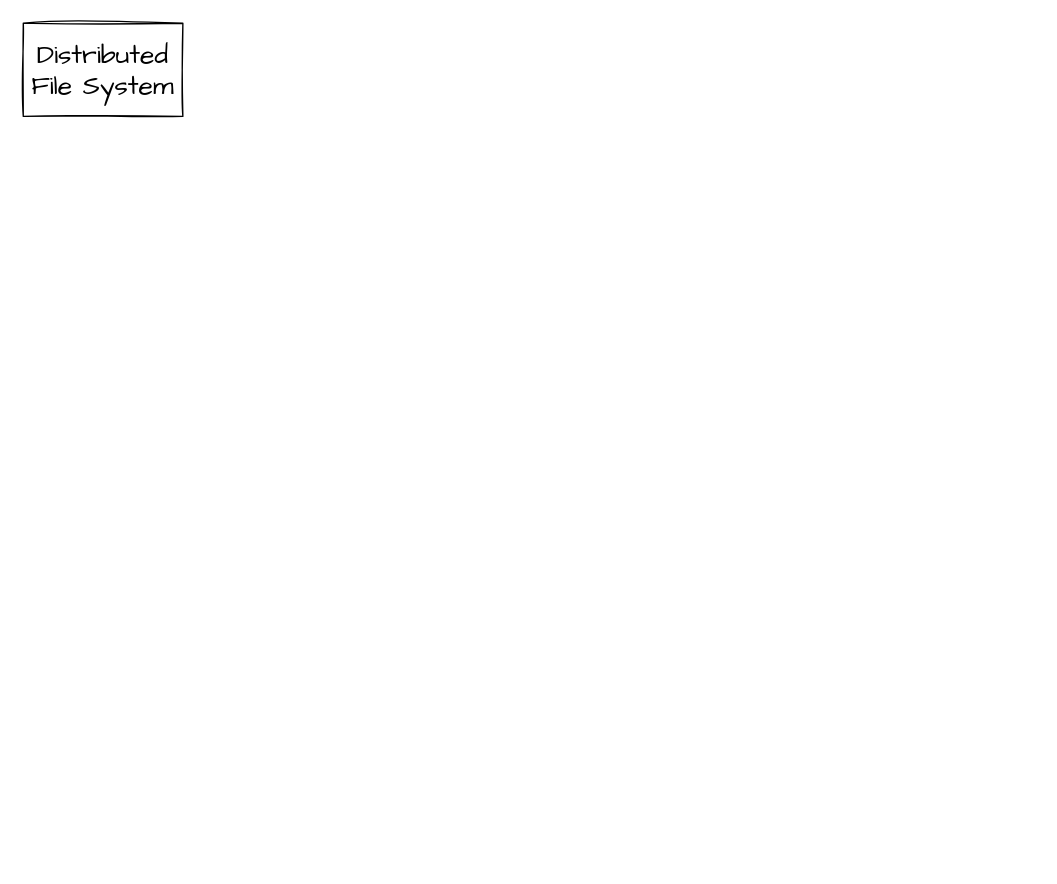
Before: doc/Untitled Diagram.drawio in jamesdx/helix-fish-security-uaa-server, a draw.io diagram. Source tidied: cells renumbered, new cells numbered last; positions are measured from the earlier drawing's top-left corner, leaving out a move shared by most shapes. Both pictures are drawn from the tidied source at 133%, with x=0, y=0 at pixel (23, 23).
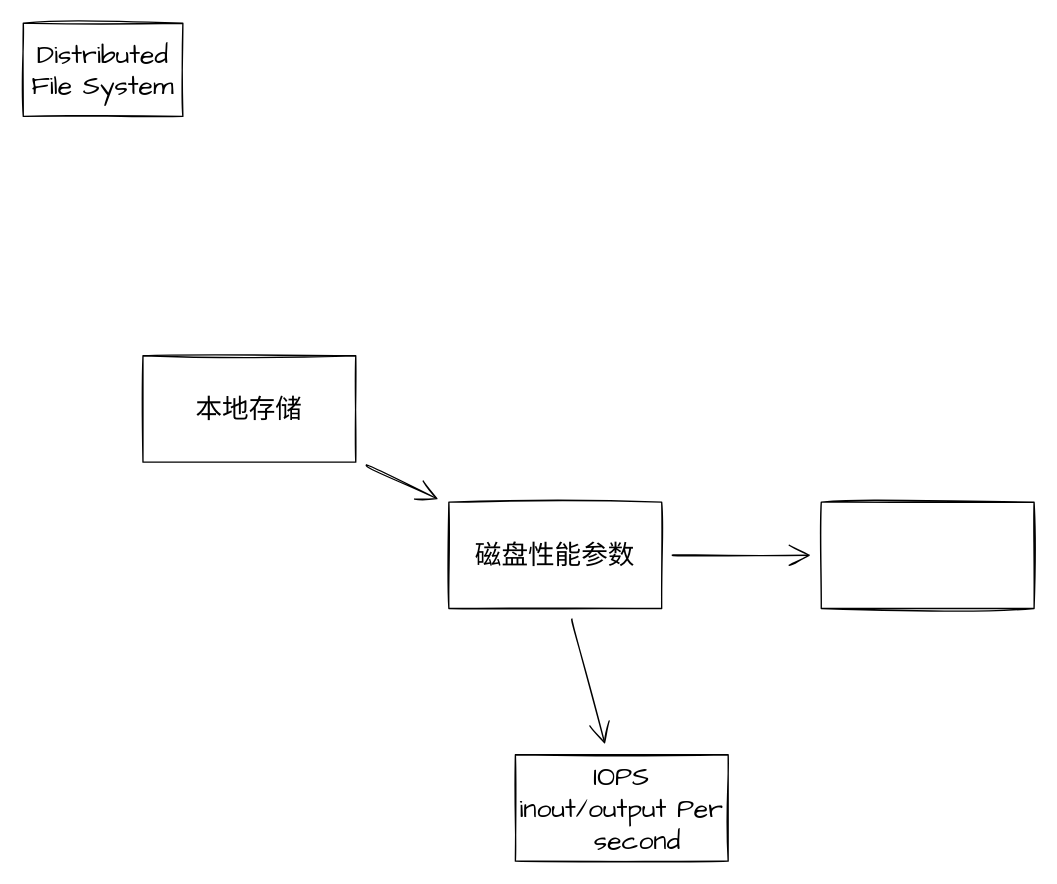
After the change.

Diff of the diagram source:
```diff
@@
 <mxGraphModel background="#ffffff">
   <root>
     <mxCell id="0" />
     <mxCell id="1" parent="0" />
     <mxCell id="2" value="Distributed File System" style="rounded=0;whiteSpace=wrap;html=1;sketch=1;hachureGap=4;fontFamily=Architects Daughter;fontSize=20;" parent="1" vertex="1">
       <mxGeometry width="120" height="70" as="geometry" />
     </mxCell>
+    <mxCell id="3" style="edgeStyle=none;curved=1;rounded=0;sketch=1;hachureGap=4;jettySize=auto;html=1;fontFamily=Architects Daughter;fontSize=16;endArrow=open;startSize=14;endSize=14;sourcePerimeterSpacing=8;targetPerimeterSpacing=8;" parent="1" edge="1" source="4" target="7">
+      <mxGeometry relative="1" as="geometry" />
+    </mxCell>
+    <mxCell id="4" value="本地存储" style="rounded=0;whiteSpace=wrap;html=1;sketch=1;hachureGap=4;fontFamily=Architects Daughter;fontSize=20;" parent="1" vertex="1">
+      <mxGeometry x="90" y="250" width="160" height="80" as="geometry" />
+    </mxCell>
+    <mxCell id="5" style="edgeStyle=none;curved=1;rounded=0;sketch=1;hachureGap=4;jettySize=auto;html=1;fontFamily=Architects Daughter;fontSize=16;endArrow=open;startSize=14;endSize=14;sourcePerimeterSpacing=8;targetPerimeterSpacing=8;" parent="1" edge="1" source="7" target="8">
+      <mxGeometry relative="1" as="geometry" />
+    </mxCell>
+    <mxCell id="6" style="edgeStyle=none;curved=1;rounded=0;sketch=1;hachureGap=4;jettySize=auto;html=1;fontFamily=Architects Daughter;fontSize=20;fontColor=default;endArrow=open;startSize=14;endSize=14;sourcePerimeterSpacing=8;targetPerimeterSpacing=8;" parent="1" edge="1" source="7" target="9">
+      <mxGeometry relative="1" as="geometry" />
+    </mxCell>
+    <mxCell id="7" value="磁盘性能参数" style="rounded=0;whiteSpace=wrap;html=1;sketch=1;hachureGap=4;fontFamily=Architects Daughter;fontSize=20;" parent="1" vertex="1">
+      <mxGeometry x="320" y="360" width="160" height="80" as="geometry" />
+    </mxCell>
+    <mxCell id="8" value="IOPS inout/output Per &amp;nbsp; &amp;nbsp;second" style="rounded=0;whiteSpace=wrap;html=1;sketch=1;hachureGap=4;fontFamily=Architects Daughter;fontSize=20;" parent="1" vertex="1">
+      <mxGeometry x="370" y="550" width="160" height="80" as="geometry" />
+    </mxCell>
+    <mxCell id="9" style="rounded=0;whiteSpace=wrap;html=1;sketch=1;hachureGap=4;fontFamily=Architects Daughter;fontSize=20;fontColor=default;strokeColor=default;fillColor=default;" parent="1" vertex="1">
+      <mxGeometry x="600" y="360" width="160" height="80" as="geometry" />
+    </mxCell>
   </root>
 </mxGraphModel>
```
